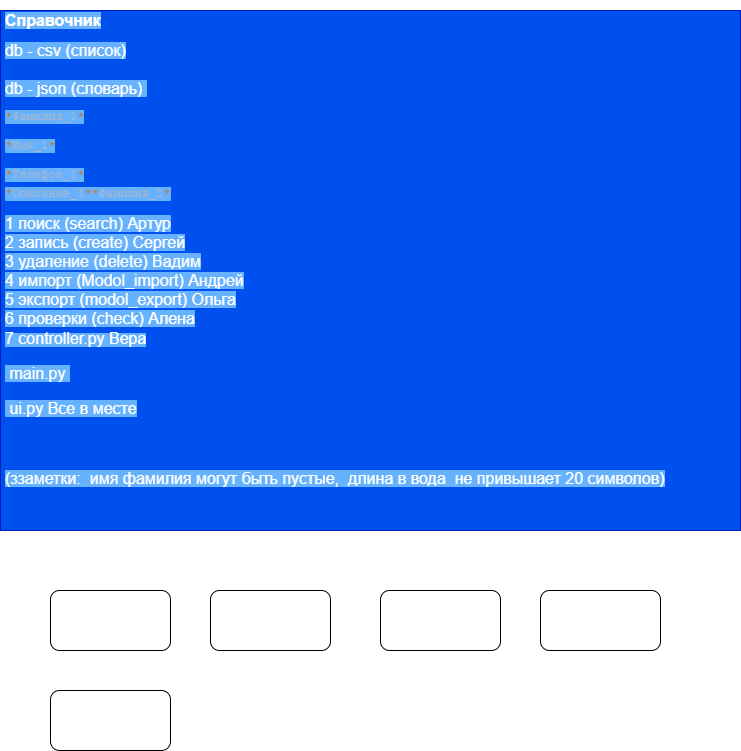
Before: Spravochnik.png, a diagram exported from draw.io (GrafanyS/phone_directory). Source tidied: cells renumbered, new cells last; positions are measured from the earlier drawing's top-left corner, leaving out a move shared by most shapes.
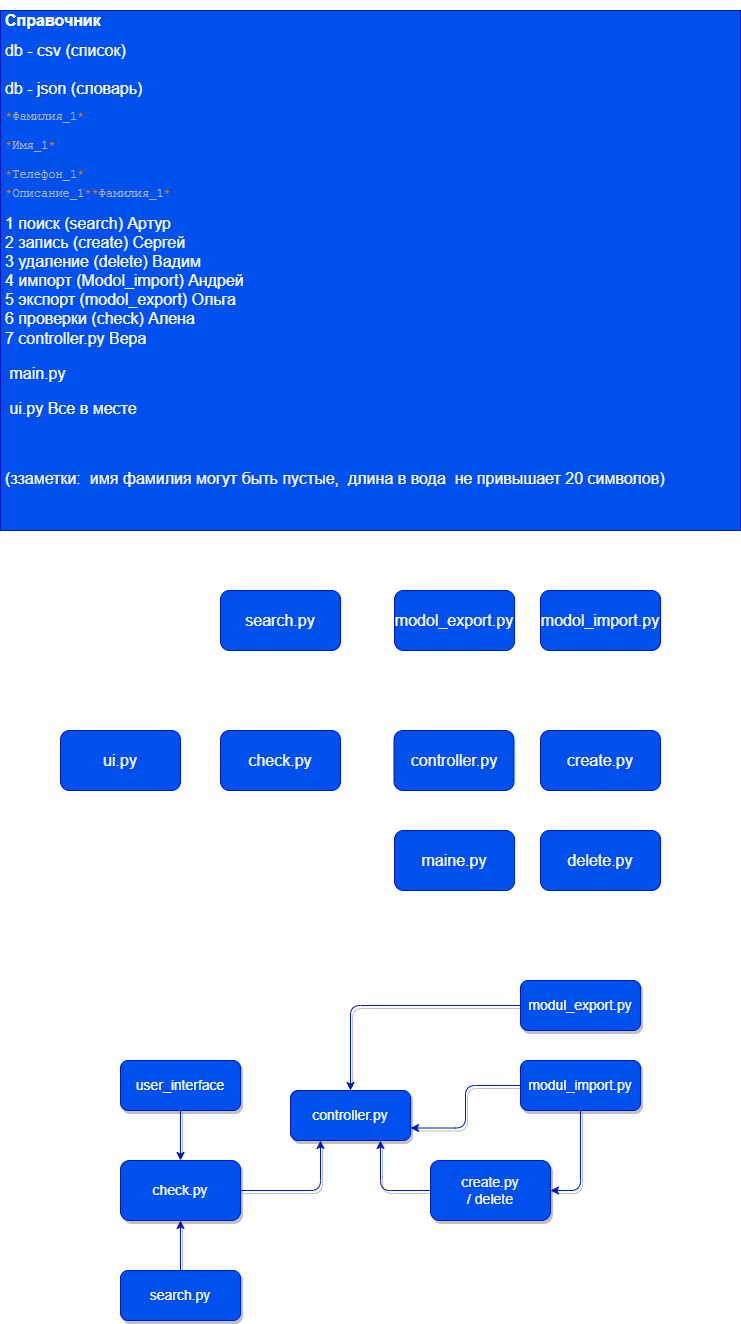
After the change.

The edit, as a diff of the source:
```diff
@@ -2,23 +2,106 @@
   <root>
     <mxCell id="0" />
     <mxCell id="1" parent="0" />
-    <mxCell id="2" value="&lt;h1 style=&quot;font-size: 16px&quot;&gt;&lt;font style=&quot;font-size: 16px ; background-color: rgb(102 , 178 , 255)&quot;&gt;Справочник&lt;/font&gt;&lt;/h1&gt;&lt;div&gt;&lt;font style=&quot;font-size: 16px ; background-color: rgb(102 , 178 , 255)&quot;&gt;db - csv (список)&lt;/font&gt;&lt;/div&gt;&lt;div&gt;&lt;font style=&quot;font-size: 16px ; background-color: rgb(102 , 178 , 255)&quot;&gt;&lt;br&gt;&lt;/font&gt;&lt;/div&gt;&lt;div&gt;&lt;font style=&quot;font-size: 16px ; background-color: rgb(102 , 178 , 255)&quot;&gt;db - json (словарь)&amp;nbsp;&lt;/font&gt;&lt;/div&gt;&lt;pre style=&quot;color: rgb(169 , 183 , 198) ; font-family: &amp;#34;jetbrains mono&amp;#34; , monospace&quot;&gt;&lt;span style=&quot;background-color: rgb(102 , 178 , 255)&quot;&gt;&lt;span style=&quot;color: #cc7832&quot;&gt;*&lt;/span&gt;Фамилия_1&lt;span style=&quot;color: #cc7832&quot;&gt;*&lt;br&gt;&lt;/span&gt;&lt;span style=&quot;color: #cc7832&quot;&gt;&lt;br&gt;&lt;/span&gt;&lt;span style=&quot;color: #cc7832&quot;&gt;*&lt;/span&gt;Имя_1&lt;span style=&quot;color: #cc7832&quot;&gt;*&lt;br&gt;&lt;/span&gt;&lt;span style=&quot;color: #cc7832&quot;&gt;&lt;br&gt;&lt;/span&gt;&lt;span style=&quot;color: #cc7832&quot;&gt;*&lt;/span&gt;Телефон_1&lt;span style=&quot;color: #cc7832&quot;&gt;*&lt;br&gt;&lt;/span&gt;&lt;font style=&quot;color: rgb(240 , 240 , 240) ; font-family: &amp;#34;helvetica&amp;#34; ; white-space: normal ; font-size: 16px&quot;&gt;&lt;span style=&quot;font-family: &amp;#34;jetbrains mono&amp;#34; , monospace ; font-size: 12px ; color: rgb(204 , 120 , 50)&quot;&gt;*&lt;/span&gt;&lt;span style=&quot;color: rgb(169 , 183 , 198) ; font-family: &amp;#34;jetbrains mono&amp;#34; , monospace ; font-size: 12px&quot;&gt;Описание_1&lt;/span&gt;&lt;span style=&quot;font-family: &amp;#34;jetbrains mono&amp;#34; , monospace ; font-size: 12px ; color: rgb(204 , 120 , 50)&quot;&gt;*&lt;/span&gt;&lt;/font&gt;&lt;span style=&quot;white-space: normal ; color: rgb(204 , 120 , 50)&quot;&gt;*&lt;/span&gt;&lt;span style=&quot;white-space: normal&quot;&gt;Фамилия_1&lt;/span&gt;&lt;span style=&quot;white-space: normal ; color: rgb(204 , 120 , 50)&quot;&gt;*&lt;/span&gt;&lt;/span&gt;&lt;/pre&gt;&lt;div&gt;&lt;font style=&quot;font-size: 16px ; background-color: rgb(102 , 178 , 255)&quot;&gt;1 поиск (search) Артур&lt;/font&gt;&lt;/div&gt;&lt;div&gt;&lt;font style=&quot;font-size: 16px ; background-color: rgb(102 , 178 , 255)&quot;&gt;2 запись (create) Сергей&lt;/font&gt;&lt;/div&gt;&lt;div&gt;&lt;font style=&quot;font-size: 16px ; background-color: rgb(102 , 178 , 255)&quot;&gt;3 удаление (delete) Вадим&lt;/font&gt;&lt;/div&gt;&lt;div&gt;&lt;font style=&quot;font-size: 16px ; background-color: rgb(102 , 178 , 255)&quot;&gt;4 импорт (Modol_import) Андрей&lt;/font&gt;&lt;/div&gt;&lt;div&gt;&lt;font style=&quot;font-size: 16px ; background-color: rgb(102 , 178 , 255)&quot;&gt;5 экспорт (modol_export) Ольга&lt;/font&gt;&lt;/div&gt;&lt;div&gt;&lt;font style=&quot;font-size: 16px ; background-color: rgb(102 , 178 , 255)&quot;&gt;6 проверки (check) Алена&lt;/font&gt;&lt;/div&gt;&lt;div&gt;&lt;span style=&quot;background-color: rgb(102 , 178 , 255)&quot;&gt;&lt;font style=&quot;font-size: 16px&quot;&gt;7&lt;/font&gt;&lt;span style=&quot;font-size: 16px&quot;&gt;&amp;nbsp;controller.py Вера&lt;/span&gt;&lt;/span&gt;&lt;/div&gt;&lt;p style=&quot;font-size: 16px&quot;&gt;&lt;font style=&quot;font-size: 16px ; background-color: rgb(102 , 178 , 255)&quot;&gt;&amp;nbsp;main.py&amp;nbsp;&lt;/font&gt;&lt;/p&gt;&lt;p style=&quot;font-size: 16px&quot;&gt;&lt;font style=&quot;font-size: 16px ; background-color: rgb(102 , 178 , 255)&quot;&gt;&amp;nbsp;ui.py Все в месте&lt;/font&gt;&lt;/p&gt;&lt;p style=&quot;font-size: 16px&quot;&gt;&lt;span style=&quot;background-color: rgb(102 , 178 , 255)&quot;&gt;&lt;br&gt;&lt;/span&gt;&lt;/p&gt;&lt;p style=&quot;font-size: 16px&quot;&gt;&lt;span style=&quot;background-color: rgb(102 , 178 , 255)&quot;&gt;(ззаметки:&amp;nbsp; имя фамилия могут быть пустые,&amp;nbsp; длина в вода&amp;nbsp; не привышает 20 символов)&lt;/span&gt;&lt;/p&gt;" style="text;html=1;strokeColor=#001DBC;fillColor=#0050ef;spacing=5;spacingTop=-20;whiteSpace=wrap;overflow=hidden;rounded=0;fontColor=#ffffff;" parent="1" vertex="1">
+    <mxCell id="2" value="&lt;h1 style=&quot;font-size: 16px&quot;&gt;&lt;font style=&quot;font-size: 16px&quot;&gt;Справочник&lt;/font&gt;&lt;/h1&gt;&lt;div&gt;&lt;font style=&quot;font-size: 16px&quot;&gt;db - csv (список)&lt;/font&gt;&lt;/div&gt;&lt;div&gt;&lt;font style=&quot;font-size: 16px&quot;&gt;&lt;br&gt;&lt;/font&gt;&lt;/div&gt;&lt;div&gt;&lt;font style=&quot;font-size: 16px&quot;&gt;db - json (словарь)&amp;nbsp;&lt;/font&gt;&lt;/div&gt;&lt;pre style=&quot;color: rgb(169 , 183 , 198) ; font-family: &amp;#34;jetbrains mono&amp;#34; , monospace&quot;&gt;&lt;span style=&quot;color: #cc7832&quot;&gt;*&lt;/span&gt;Фамилия_1&lt;span style=&quot;color: #cc7832&quot;&gt;*&lt;br&gt;&lt;/span&gt;&lt;span style=&quot;color: #cc7832&quot;&gt;&lt;br&gt;&lt;/span&gt;&lt;span style=&quot;color: #cc7832&quot;&gt;*&lt;/span&gt;Имя_1&lt;span style=&quot;color: #cc7832&quot;&gt;*&lt;br&gt;&lt;/span&gt;&lt;span style=&quot;color: #cc7832&quot;&gt;&lt;br&gt;&lt;/span&gt;&lt;span style=&quot;color: #cc7832&quot;&gt;*&lt;/span&gt;Телефон_1&lt;span style=&quot;color: #cc7832&quot;&gt;*&lt;br&gt;&lt;/span&gt;&lt;font style=&quot;color: rgb(240 , 240 , 240) ; font-family: &amp;#34;helvetica&amp;#34; ; white-space: normal ; font-size: 16px&quot;&gt;&lt;span style=&quot;font-family: &amp;#34;jetbrains mono&amp;#34; , monospace ; font-size: 12px ; color: rgb(204 , 120 , 50)&quot;&gt;*&lt;/span&gt;&lt;span style=&quot;color: rgb(169 , 183 , 198) ; font-family: &amp;#34;jetbrains mono&amp;#34; , monospace ; font-size: 12px&quot;&gt;Описание_1&lt;/span&gt;&lt;span style=&quot;font-family: &amp;#34;jetbrains mono&amp;#34; , monospace ; font-size: 12px ; color: rgb(204 , 120 , 50)&quot;&gt;*&lt;/span&gt;&lt;/font&gt;&lt;span style=&quot;white-space: normal ; color: rgb(204 , 120 , 50)&quot;&gt;*&lt;/span&gt;&lt;span style=&quot;white-space: normal&quot;&gt;Фамилия_1&lt;/span&gt;&lt;span style=&quot;white-space: normal ; color: rgb(204 , 120 , 50)&quot;&gt;*&lt;/span&gt;&lt;/pre&gt;&lt;div&gt;&lt;font style=&quot;font-size: 16px&quot;&gt;1 поиск (search) Артур&lt;/font&gt;&lt;/div&gt;&lt;div&gt;&lt;font style=&quot;font-size: 16px&quot;&gt;2 запись (create) Сергей&lt;/font&gt;&lt;/div&gt;&lt;div&gt;&lt;font style=&quot;font-size: 16px&quot;&gt;3 удаление (delete) Вадим&lt;/font&gt;&lt;/div&gt;&lt;div&gt;&lt;font style=&quot;font-size: 16px&quot;&gt;4 импорт (Modol_import) Андрей&lt;/font&gt;&lt;/div&gt;&lt;div&gt;&lt;font style=&quot;font-size: 16px&quot;&gt;5 экспорт (modol_export) Ольга&lt;/font&gt;&lt;/div&gt;&lt;div&gt;&lt;font style=&quot;font-size: 16px&quot;&gt;6 проверки (check) Алена&lt;/font&gt;&lt;/div&gt;&lt;div&gt;&lt;font style=&quot;font-size: 16px&quot;&gt;7&lt;/font&gt;&lt;span style=&quot;font-size: 16px&quot;&gt;&amp;nbsp;controller.py Вера&lt;/span&gt;&lt;/div&gt;&lt;p style=&quot;font-size: 16px&quot;&gt;&lt;font style=&quot;font-size: 16px&quot;&gt;&amp;nbsp;main.py&amp;nbsp;&lt;/font&gt;&lt;/p&gt;&lt;p style=&quot;font-size: 16px&quot;&gt;&lt;font style=&quot;font-size: 16px&quot;&gt;&amp;nbsp;ui.py Все в месте&lt;/font&gt;&lt;/p&gt;&lt;p style=&quot;font-size: 16px&quot;&gt;&lt;br&gt;&lt;/p&gt;&lt;p style=&quot;font-size: 16px&quot;&gt;(ззаметки:&amp;nbsp; имя фамилия могут быть пустые,&amp;nbsp; длина в вода&amp;nbsp; не привышает 20 символов)&lt;/p&gt;" style="text;html=1;strokeColor=#001DBC;fillColor=#0050ef;spacing=5;spacingTop=-20;whiteSpace=wrap;overflow=hidden;rounded=0;fontColor=#ffffff;" parent="1" vertex="1">
       <mxGeometry width="740" height="520" as="geometry" />
     </mxCell>
+    <mxCell id="8" style="edgeStyle=none;html=1;exitX=0.5;exitY=1;exitDx=0;exitDy=0;entryX=0.5;entryY=0;entryDx=0;entryDy=0;strokeColor=#FFFFFF;strokeWidth=2;" parent="1" edge="1" source="3" target="14">
+      <mxGeometry relative="1" as="geometry" />
+    </mxCell>
-    <mxCell id="3" style="rounded=1;whiteSpace=wrap;html=1;fontSize=16;" parent="1" vertex="1">
-      <mxGeometry x="50" y="580" width="120" height="60" as="geometry" />
+    <mxCell id="3" value="search.py" style="rounded=1;whiteSpace=wrap;html=1;fontSize=16;fillColor=#0050ef;fontColor=#FFFFFF;strokeColor=#001DBC;" parent="1" vertex="1">
+      <mxGeometry x="220" y="580" width="120" height="60" as="geometry" />
     </mxCell>
+    <mxCell id="9" style="edgeStyle=none;html=1;exitX=0;exitY=0.5;exitDx=0;exitDy=0;entryX=1;entryY=0.5;entryDx=0;entryDy=0;strokeColor=#FFFFFF;strokeWidth=2;" parent="1" edge="1" source="4" target="16">
+      <mxGeometry relative="1" as="geometry" />
+    </mxCell>
-    <mxCell id="4" style="rounded=1;whiteSpace=wrap;html=1;fontSize=16;" parent="1" vertex="1">
-      <mxGeometry x="210" y="580" width="120" height="60" as="geometry" />
+    <mxCell id="4" value="create.py" style="rounded=1;whiteSpace=wrap;html=1;fontSize=16;fillColor=#0050ef;fontColor=#FFFFFF;strokeColor=#001DBC;" parent="1" vertex="1">
+      <mxGeometry x="540" y="720" width="120" height="60" as="geometry" />
     </mxCell>
+    <mxCell id="10" style="edgeStyle=none;html=1;exitX=0.5;exitY=0;exitDx=0;exitDy=0;entryX=0.5;entryY=1;entryDx=0;entryDy=0;strokeColor=#FFFFFF;strokeWidth=2;" parent="1" edge="1" source="5" target="4">
+      <mxGeometry relative="1" as="geometry" />
+    </mxCell>
-    <mxCell id="5" style="rounded=1;whiteSpace=wrap;html=1;fontSize=16;" parent="1" vertex="1">
-      <mxGeometry x="380" y="580" width="120" height="60" as="geometry" />
+    <mxCell id="5" value="delete.py" style="rounded=1;whiteSpace=wrap;html=1;fontSize=16;fillColor=#0050ef;fontColor=#FFFFFF;strokeColor=#001DBC;" parent="1" vertex="1">
+      <mxGeometry x="540" y="820" width="120" height="60" as="geometry" />
     </mxCell>
+    <mxCell id="11" style="edgeStyle=none;html=1;exitX=0.5;exitY=1;exitDx=0;exitDy=0;entryX=0.5;entryY=0;entryDx=0;entryDy=0;strokeColor=#FFFFFF;strokeWidth=2;" parent="1" edge="1" source="6" target="16">
+      <mxGeometry relative="1" as="geometry">
+        <Array as="points">
+          <mxPoint x="600" y="680" />
+          <mxPoint x="454" y="680" />
+        </Array>
+      </mxGeometry>
+    </mxCell>
-    <mxCell id="6" style="rounded=1;whiteSpace=wrap;html=1;fontSize=16;" parent="1" vertex="1">
+    <mxCell id="6" value="modol_import.py" style="rounded=1;whiteSpace=wrap;html=1;fontSize=16;fillColor=#0050ef;fontColor=#FFFFFF;strokeColor=#001DBC;" parent="1" vertex="1">
       <mxGeometry x="540" y="580" width="120" height="60" as="geometry" />
     </mxCell>
+    <mxCell id="12" style="edgeStyle=none;html=1;exitX=0.5;exitY=1;exitDx=0;exitDy=0;entryX=0.5;entryY=0;entryDx=0;entryDy=0;strokeColor=#FFFFFF;strokeWidth=2;" parent="1" edge="1" source="7" target="16">
+      <mxGeometry relative="1" as="geometry" />
+    </mxCell>
-    <mxCell id="7" style="rounded=1;whiteSpace=wrap;html=1;fontSize=16;" parent="1" vertex="1">
-      <mxGeometry x="50" y="680" width="120" height="60" as="geometry" />
+    <mxCell id="7" value="modol_export.py" style="rounded=1;whiteSpace=wrap;html=1;fontSize=16;fillColor=#0050ef;fontColor=#FFFFFF;strokeColor=#001DBC;" parent="1" vertex="1">
+      <mxGeometry x="394" y="580" width="120" height="60" as="geometry" />
     </mxCell>
+    <mxCell id="13" style="edgeStyle=none;html=1;exitX=1;exitY=0.5;exitDx=0;exitDy=0;entryX=0;entryY=0.5;entryDx=0;entryDy=0;strokeColor=#FFFFFF;strokeWidth=2;" parent="1" edge="1" source="14" target="16">
+      <mxGeometry relative="1" as="geometry" />
+    </mxCell>
+    <mxCell id="14" value="check.py" style="rounded=1;whiteSpace=wrap;html=1;fontSize=16;fillColor=#0050ef;fontColor=#FFFFFF;strokeColor=#001DBC;" parent="1" vertex="1">
+      <mxGeometry x="220" y="720" width="120" height="60" as="geometry" />
+    </mxCell>
+    <mxCell id="15" style="edgeStyle=none;html=1;exitX=0.5;exitY=1;exitDx=0;exitDy=0;entryX=0.5;entryY=0;entryDx=0;entryDy=0;strokeColor=#FFFFFF;strokeWidth=2;" parent="1" edge="1" source="16" target="17">
+      <mxGeometry relative="1" as="geometry" />
+    </mxCell>
+    <mxCell id="16" value="controller.py" style="rounded=1;whiteSpace=wrap;html=1;fontSize=16;fillColor=#0050ef;fontColor=#FFFFFF;strokeColor=#001DBC;" parent="1" vertex="1">
+      <mxGeometry x="393.5" y="720" width="120" height="60" as="geometry" />
+    </mxCell>
+    <mxCell id="17" value="maine.py" style="rounded=1;whiteSpace=wrap;html=1;fontSize=16;fillColor=#0050ef;fontColor=#FFFFFF;strokeColor=#001DBC;" parent="1" vertex="1">
+      <mxGeometry x="394" y="820" width="120" height="60" as="geometry" />
+    </mxCell>
+    <mxCell id="18" style="edgeStyle=none;html=1;exitX=1;exitY=0.5;exitDx=0;exitDy=0;strokeColor=#FFFFFF;strokeWidth=2;" parent="1" edge="1" source="19" target="14">
+      <mxGeometry relative="1" as="geometry" />
+    </mxCell>
+    <mxCell id="19" value="ui.py" style="rounded=1;whiteSpace=wrap;html=1;fontSize=16;fillColor=#0050ef;fontColor=#FFFFFF;strokeColor=#001DBC;" parent="1" vertex="1">
+      <mxGeometry x="60" y="720" width="120" height="60" as="geometry" />
+    </mxCell>
+    <mxCell id="20" value="controller.py" style="rounded=1;whiteSpace=wrap;html=1;fillColor=#0050ef;fontColor=#FFFFFF;strokeColor=#001DBC;fontSize=14;shadow=1;sketch=0;" parent="1" vertex="1">
+      <mxGeometry x="290" y="1080" width="120" height="50" as="geometry" />
+    </mxCell>
+    <mxCell id="21" style="edgeStyle=orthogonalEdgeStyle;rounded=1;jettySize=auto;html=1;entryX=0.5;entryY=1;entryDx=0;entryDy=0;fontColor=#FFFFFF;fillColor=#0050ef;strokeColor=#001DBC;fontSize=14;shadow=1;sketch=0;" parent="1" edge="1" source="22" target="24">
+      <mxGeometry relative="1" as="geometry" />
+    </mxCell>
+    <mxCell id="22" value="search.py" style="rounded=1;whiteSpace=wrap;html=1;fillColor=#0050ef;fontColor=#FFFFFF;strokeColor=#001DBC;fontSize=14;shadow=1;sketch=0;" parent="1" vertex="1">
+      <mxGeometry x="120" y="1260" width="120" height="50" as="geometry" />
+    </mxCell>
+    <mxCell id="23" style="edgeStyle=orthogonalEdgeStyle;rounded=1;jettySize=auto;html=1;entryX=0.25;entryY=1;entryDx=0;entryDy=0;fontColor=#FFFFFF;fillColor=#0050ef;strokeColor=#001DBC;fontSize=14;shadow=1;sketch=0;" parent="1" edge="1" source="24" target="20">
+      <mxGeometry relative="1" as="geometry" />
+    </mxCell>
+    <mxCell id="24" value="&lt;font style=&quot;font-size: 14px;&quot;&gt;check.py&lt;/font&gt;" style="rounded=1;whiteSpace=wrap;html=1;fontColor=#FFFFFF;fillColor=#0050ef;strokeColor=#001DBC;fontSize=14;shadow=1;sketch=0;" parent="1" vertex="1">
+      <mxGeometry x="120" y="1150" width="120" height="60" as="geometry" />
+    </mxCell>
+    <mxCell id="25" style="edgeStyle=orthogonalEdgeStyle;rounded=1;jettySize=auto;html=1;entryX=0.5;entryY=0;entryDx=0;entryDy=0;fontColor=#FFFFFF;fillColor=#0050ef;strokeColor=#001DBC;fontSize=14;shadow=1;sketch=0;" parent="1" edge="1" source="26" target="24">
+      <mxGeometry relative="1" as="geometry" />
+    </mxCell>
+    <mxCell id="26" value="user_interface" style="rounded=1;whiteSpace=wrap;html=1;fontColor=#FFFFFF;fillColor=#0050ef;strokeColor=#001DBC;fontSize=14;shadow=1;sketch=0;" parent="1" vertex="1">
+      <mxGeometry x="120" y="1050" width="120" height="50" as="geometry" />
+    </mxCell>
+    <mxCell id="27" style="edgeStyle=orthogonalEdgeStyle;rounded=1;jettySize=auto;html=1;entryX=1;entryY=0.75;entryDx=0;entryDy=0;fontColor=#FFFFFF;fillColor=#0050ef;strokeColor=#001DBC;fontSize=14;shadow=1;sketch=0;" parent="1" edge="1" source="29" target="20">
+      <mxGeometry relative="1" as="geometry" />
+    </mxCell>
+    <mxCell id="28" style="edgeStyle=orthogonalEdgeStyle;rounded=1;jettySize=auto;html=1;entryX=1;entryY=0.5;entryDx=0;entryDy=0;fontColor=#FFFFFF;fillColor=#0050ef;strokeColor=#001DBC;fontSize=14;shadow=1;sketch=0;" parent="1" edge="1" source="29" target="33">
+      <mxGeometry relative="1" as="geometry" />
+    </mxCell>
+    <mxCell id="29" value="modul_import.py" style="rounded=1;whiteSpace=wrap;html=1;fontColor=#FFFFFF;fillColor=#0050ef;strokeColor=#001DBC;fontSize=14;shadow=1;sketch=0;" parent="1" vertex="1">
+      <mxGeometry x="520" y="1050" width="120" height="50" as="geometry" />
+    </mxCell>
+    <mxCell id="30" style="edgeStyle=orthogonalEdgeStyle;rounded=1;jettySize=auto;html=1;exitX=0;exitY=0.5;exitDx=0;exitDy=0;entryX=0.5;entryY=0;entryDx=0;entryDy=0;fontColor=#FFFFFF;fillColor=#0050ef;strokeColor=#001DBC;fontSize=14;shadow=1;sketch=0;" parent="1" edge="1" source="31" target="20">
+      <mxGeometry relative="1" as="geometry" />
+    </mxCell>
+    <mxCell id="31" value="modul_export.py" style="rounded=1;whiteSpace=wrap;html=1;fontColor=#FFFFFF;fillColor=#0050ef;strokeColor=#001DBC;fontSize=14;shadow=1;sketch=0;" parent="1" vertex="1">
+      <mxGeometry x="520" y="970" width="120" height="50" as="geometry" />
+    </mxCell>
+    <mxCell id="32" style="edgeStyle=orthogonalEdgeStyle;rounded=1;jettySize=auto;html=1;entryX=0.75;entryY=1;entryDx=0;entryDy=0;fontColor=#FFFFFF;fillColor=#0050ef;strokeColor=#001DBC;fontSize=14;shadow=1;sketch=0;" parent="1" edge="1" source="33" target="20">
+      <mxGeometry relative="1" as="geometry" />
+    </mxCell>
+    <mxCell id="33" value="create.py&lt;br style=&quot;font-size: 14px;&quot;&gt;/ delete" style="rounded=1;whiteSpace=wrap;html=1;fontColor=#FFFFFF;fillColor=#0050ef;strokeColor=#001DBC;fontSize=14;shadow=1;sketch=0;" parent="1" vertex="1">
+      <mxGeometry x="430" y="1150" width="120" height="60" as="geometry" />
+    </mxCell>
   </root>
 </mxGraphModel>
```
